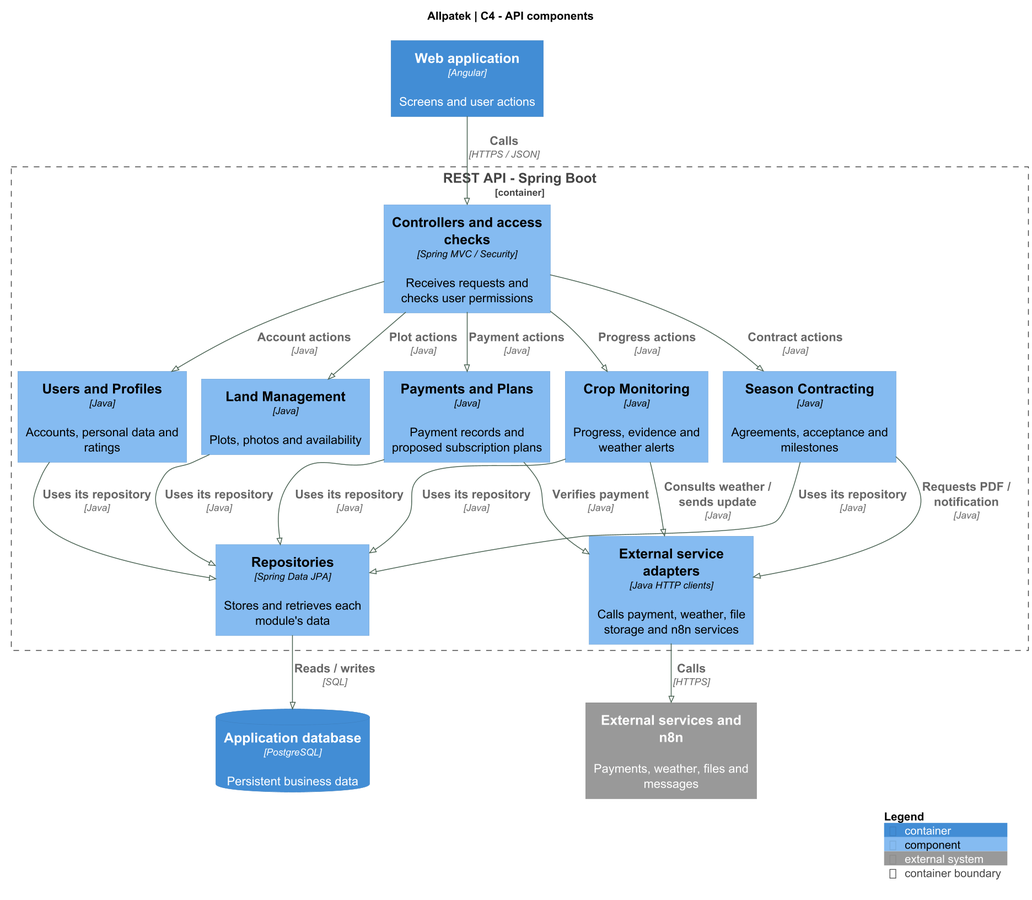
This is assets/chapter-04/architecture/04-api-components.png from upc-pre-202620-1asi0729-7753-Terranova/allpatek-report, a PlantUML export, as it was before one commit. The source it was exported from:
```plantuml
@startuml
!pragma layout smetana
!include <C4/C4_Component>
skinparam backgroundColor white
skinparam defaultFontName SansSerif
skinparam defaultFontSize 15
skinparam shadowing false
skinparam classAttributeIconSize 0
skinparam ArrowColor #476050
skinparam dpi 140
title Allpatek | C4 - API components

LAYOUT_TOP_DOWN()
Container(web,"Web application","Angular","Screens and user actions")
Container_Boundary(api,"REST API - Spring Boot") {
 Component(rest,"Controllers and access checks","Spring MVC / Security","Receives requests and checks user permissions")
 Component(users,"Users and Profiles","Java","Accounts, personal data and ratings")
 Component(plots,"Land Management","Java","Plots, photos and availability")
 Component(contracts,"Season Contracting","Java","Agreements, acceptance and milestones")
 Component(payments,"Payments and Plans","Java","Payment records and proposed subscription plans")
 Component(progress,"Crop Monitoring","Java","Progress, evidence and weather alerts")
 Component(persistence,"Repositories","Spring Data JPA","Stores and retrieves each module's data")
 Component(integrations,"External service adapters","Java HTTP clients","Calls payment, weather, file storage and n8n services")
}
ContainerDb(db,"Application database","PostgreSQL","Persistent business data")
System_Ext(ext,"External services and n8n","Payments, weather, files and messages")
Rel(web,rest,"Calls", "HTTPS / JSON")
Rel(rest,users,"Account actions", "Java")
Rel(rest,plots,"Plot actions", "Java")
Rel(rest,contracts,"Contract actions", "Java")
Rel(rest,payments,"Payment actions", "Java")
Rel(rest,progress,"Progress actions", "Java")
Rel(users,persistence,"Uses its repository", "Java")
Rel(plots,persistence,"Uses its repository", "Java")
Rel(contracts,persistence,"Uses its repository", "Java")
Rel(payments,persistence,"Uses its repository", "Java")
Rel(progress,persistence,"Uses its repository", "Java")
Rel(contracts,integrations,"Requests PDF / notification", "Java")
Rel(payments,integrations,"Verifies payment", "Java")
Rel(progress,integrations,"Consults weather / sends update", "Java")
Rel(persistence,db,"Reads / writes", "SQL")
Rel(integrations,ext,"Calls", "HTTPS")
SHOW_LEGEND()

@enduml
```
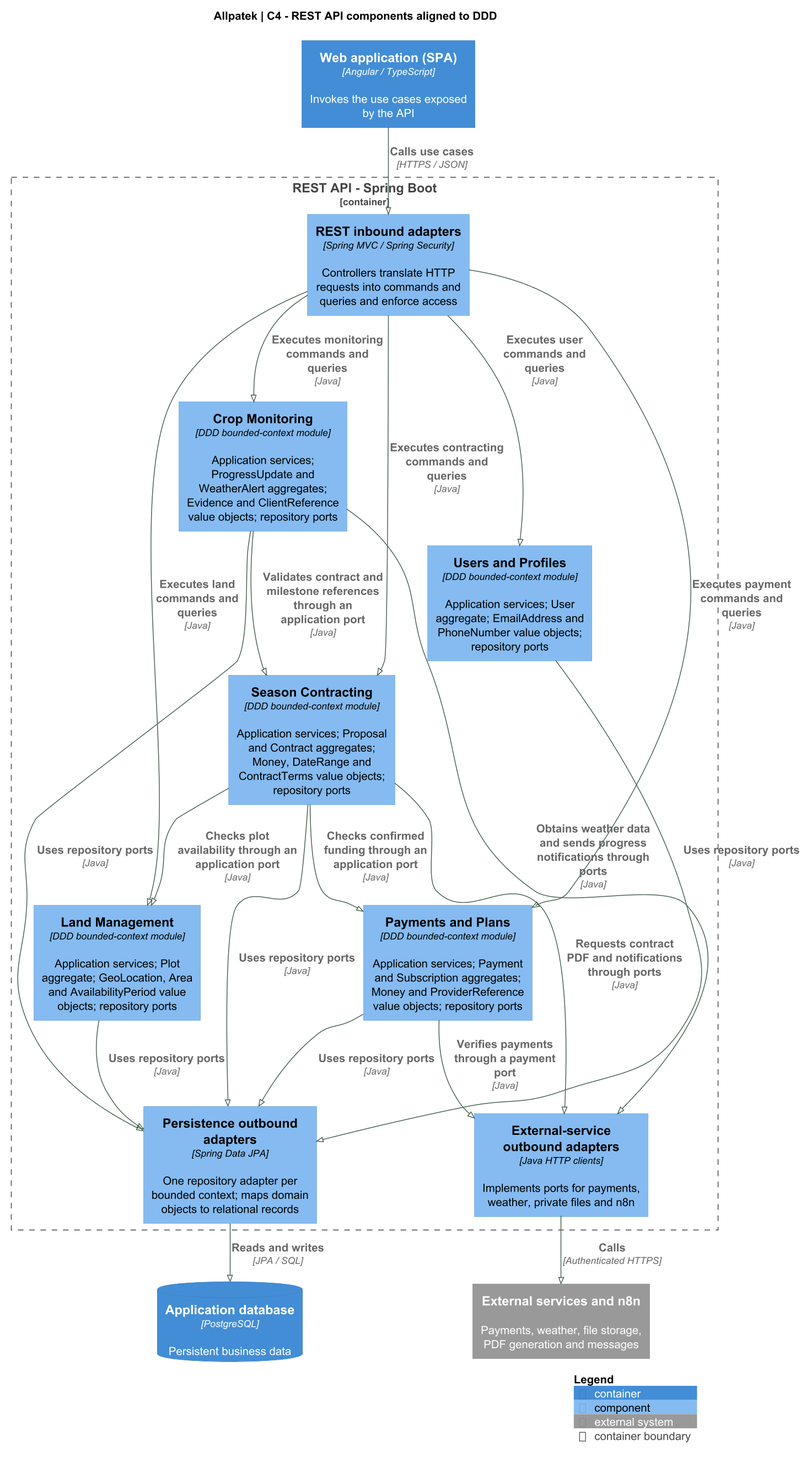
Above is the later version.

The edit, as a diff of the source:
```diff
@@ -3,43 +3,49 @@
 !include <C4/C4_Component>
 skinparam backgroundColor white
 skinparam defaultFontName SansSerif
-skinparam defaultFontSize 15
+skinparam defaultFontSize 14
 skinparam shadowing false
 skinparam classAttributeIconSize 0
 skinparam ArrowColor #476050
 skinparam dpi 140
-title Allpatek | C4 - API components
+title Allpatek | C4 - REST API components aligned to DDD
 
 LAYOUT_TOP_DOWN()
-Container(web,"Web application","Angular","Screens and user actions")
+Container(spa,"Web application (SPA)","Angular / TypeScript","Invokes the use cases exposed by the API")
+
 Container_Boundary(api,"REST API - Spring Boot") {
- Component(rest,"Controllers and access checks","Spring MVC / Security","Receives requests and checks user permissions")
- Component(users,"Users and Profiles","Java","Accounts, personal data and ratings")
- Component(plots,"Land Management","Java","Plots, photos and availability")
- Component(contracts,"Season Contracting","Java","Agreements, acceptance and milestones")
- Component(payments,"Payments and Plans","Java","Payment records and proposed subscription plans")
- Component(progress,"Crop Monitoring","Java","Progress, evidence and weather alerts")
- Component(persistence,"Repositories","Spring Data JPA","Stores and retrieves each module's data")
- Component(integrations,"External service adapters","Java HTTP clients","Calls payment, weather, file storage and n8n services")
+  Component(inbound,"REST inbound adapters","Spring MVC / Spring Security","Controllers translate HTTP requests into commands and queries and enforce access")
+  Component(users,"Users and Profiles","DDD bounded-context module","Application services; User aggregate; EmailAddress and PhoneNumber value objects; repository ports")
+  Component(land,"Land Management","DDD bounded-context module","Application services; Plot aggregate; GeoLocation, Area and AvailabilityPeriod value objects; repository ports")
+  Component(contracting,"Season Contracting","DDD bounded-context module","Application services; Proposal and Contract aggregates; Money, DateRange and ContractTerms value objects; repository ports")
+  Component(payments,"Payments and Plans","DDD bounded-context module","Application services; Payment and Subscription aggregates; Money and ProviderReference value objects; repository ports")
+  Component(monitoring,"Crop Monitoring","DDD bounded-context module","Application services; ProgressUpdate and WeatherAlert aggregates; Evidence and ClientReference value objects; repository ports")
+  Component(persistence,"Persistence outbound adapters","Spring Data JPA","One repository adapter per bounded context; maps domain objects to relational records")
+  Component(external,"External-service outbound adapters","Java HTTP clients","Implements ports for payments, weather, private files and n8n")
 }
+
 ContainerDb(db,"Application database","PostgreSQL","Persistent business data")
-System_Ext(ext,"External services and n8n","Payments, weather, files and messages")
-Rel(web,rest,"Calls", "HTTPS / JSON")
-Rel(rest,users,"Account actions", "Java")
-Rel(rest,plots,"Plot actions", "Java")
-Rel(rest,contracts,"Contract actions", "Java")
-Rel(rest,payments,"Payment actions", "Java")
-Rel(rest,progress,"Progress actions", "Java")
-Rel(users,persistence,"Uses its repository", "Java")
-Rel(plots,persistence,"Uses its repository", "Java")
-Rel(contracts,persistence,"Uses its repository", "Java")
-Rel(payments,persistence,"Uses its repository", "Java")
-Rel(progress,persistence,"Uses its repository", "Java")
-Rel(contracts,integrations,"Requests PDF / notification", "Java")
-Rel(payments,integrations,"Verifies payment", "Java")
-Rel(progress,integrations,"Consults weather / sends update", "Java")
-Rel(persistence,db,"Reads / writes", "SQL")
-Rel(integrations,ext,"Calls", "HTTPS")
+System_Ext(services,"External services and n8n","Payments, weather, file storage, PDF generation and messages")
+
+Rel(spa,inbound,"Calls use cases", "HTTPS / JSON")
+Rel(inbound,users,"Executes user commands and queries", "Java")
+Rel(inbound,land,"Executes land commands and queries", "Java")
+Rel(inbound,contracting,"Executes contracting commands and queries", "Java")
+Rel(inbound,payments,"Executes payment commands and queries", "Java")
+Rel(inbound,monitoring,"Executes monitoring commands and queries", "Java")
+Rel(contracting,land,"Checks plot availability through an application port", "Java")
+Rel(contracting,payments,"Checks confirmed funding through an application port", "Java")
+Rel(monitoring,contracting,"Validates contract and milestone references through an application port", "Java")
+Rel(users,persistence,"Uses repository ports", "Java")
+Rel(land,persistence,"Uses repository ports", "Java")
+Rel(contracting,persistence,"Uses repository ports", "Java")
+Rel(payments,persistence,"Uses repository ports", "Java")
+Rel(monitoring,persistence,"Uses repository ports", "Java")
+Rel(contracting,external,"Requests contract PDF and notifications through ports", "Java")
+Rel(payments,external,"Verifies payments through a payment port", "Java")
+Rel(monitoring,external,"Obtains weather data and sends progress notifications through ports", "Java")
+Rel(persistence,db,"Reads and writes", "JPA / SQL")
+Rel(external,services,"Calls", "Authenticated HTTPS")
+
 SHOW_LEGEND()
-
 @enduml
```
